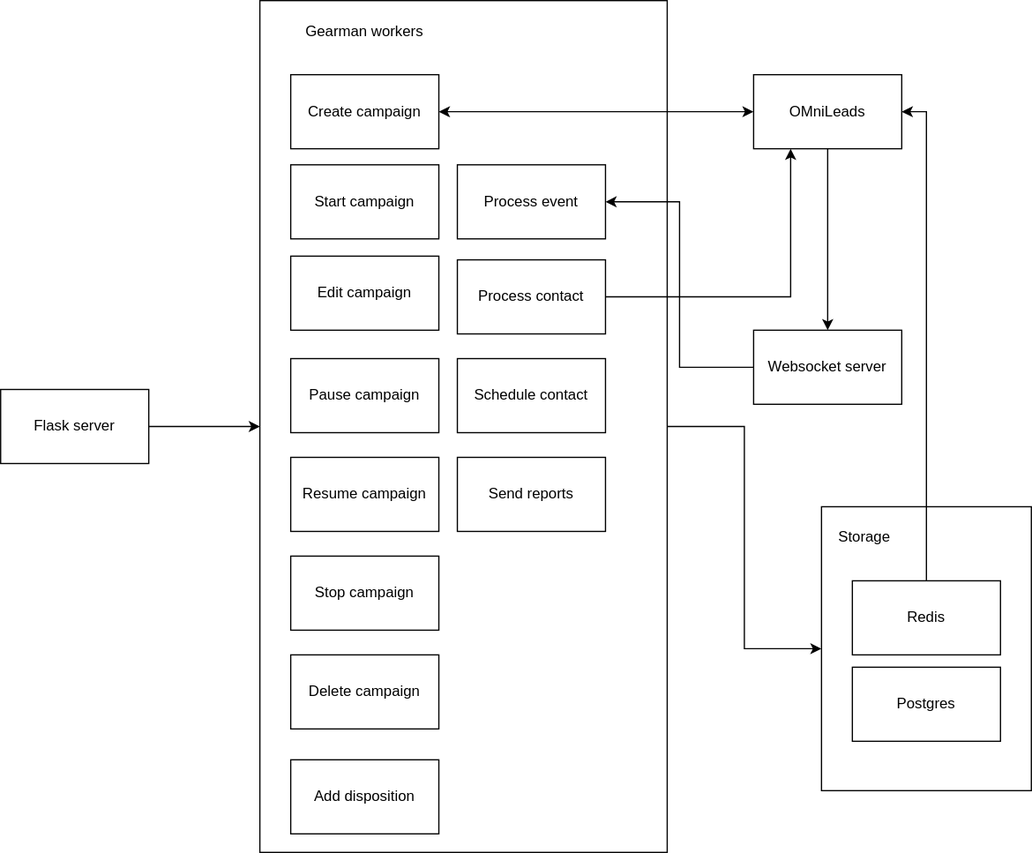
Above: images/omnidialer-arquitecture.svg in Freetech-Solutions/omlnginx (draw.io), before the change. Source tidied: cells renumbered, new cells last; positions are measured from the earlier drawing's top-left corner, leaving out a move shared by most shapes. The source it was exported from:
```xml
<mxGraphModel>
  <root>
    <mxCell id="0" />
    <mxCell id="1" parent="0" />
    <mxCell id="2" style="rounded=0;whiteSpace=wrap;html=1;" parent="1" vertex="1">
      <mxGeometry x="665" y="410" width="170" height="230" as="geometry" />
    </mxCell>
    <mxCell id="3" style="edgeStyle=orthogonalEdgeStyle;rounded=0;jettySize=auto;html=1;entryX=0;entryY=0.5;entryDx=0;entryDy=0;" parent="1" edge="1" source="4" target="2">
      <mxGeometry relative="1" as="geometry" />
    </mxCell>
    <mxCell id="4" style="rounded=0;whiteSpace=wrap;html=1;" parent="1" vertex="1">
      <mxGeometry x="210" width="330" height="690" as="geometry" />
    </mxCell>
    <mxCell id="5" style="edgeStyle=orthogonalEdgeStyle;rounded=0;jettySize=auto;html=1;entryX=0;entryY=0.5;entryDx=0;entryDy=0;" parent="1" edge="1" source="6" target="4">
      <mxGeometry relative="1" as="geometry" />
    </mxCell>
    <mxCell id="6" value="Flask server" style="rounded=0;whiteSpace=wrap;html=1;" parent="1" vertex="1">
      <mxGeometry y="315" width="120" height="60" as="geometry" />
    </mxCell>
    <mxCell id="7" value="Create campaign" style="rounded=0;whiteSpace=wrap;html=1;" parent="1" vertex="1">
      <mxGeometry x="235" y="60" width="120" height="60" as="geometry" />
    </mxCell>
    <mxCell id="8" value="Gearman workers" style="text;html=1;align=center;verticalAlign=middle;whiteSpace=wrap;rounded=0;" parent="1" vertex="1">
      <mxGeometry x="240" y="10" width="110" height="30" as="geometry" />
    </mxCell>
    <mxCell id="9" value="Start campaign" style="rounded=0;whiteSpace=wrap;html=1;" parent="1" vertex="1">
      <mxGeometry x="235" y="133" width="120" height="60" as="geometry" />
    </mxCell>
    <mxCell id="10" value="Edit campaign" style="rounded=0;whiteSpace=wrap;html=1;" parent="1" vertex="1">
      <mxGeometry x="235" y="207" width="120" height="60" as="geometry" />
    </mxCell>
    <mxCell id="11" value="Pause campaign" style="rounded=0;whiteSpace=wrap;html=1;" parent="1" vertex="1">
      <mxGeometry x="235" y="290" width="120" height="60" as="geometry" />
    </mxCell>
    <mxCell id="12" value="Resume campaign" style="rounded=0;whiteSpace=wrap;html=1;" parent="1" vertex="1">
      <mxGeometry x="235" y="370" width="120" height="60" as="geometry" />
    </mxCell>
    <mxCell id="13" value="Stop campaign" style="rounded=0;whiteSpace=wrap;html=1;" parent="1" vertex="1">
      <mxGeometry x="235" y="450" width="120" height="60" as="geometry" />
    </mxCell>
    <mxCell id="14" value="Delete campaign" style="rounded=0;whiteSpace=wrap;html=1;" parent="1" vertex="1">
      <mxGeometry x="235" y="530" width="120" height="60" as="geometry" />
    </mxCell>
    <mxCell id="15" value="Add disposition" style="rounded=0;whiteSpace=wrap;html=1;" parent="1" vertex="1">
      <mxGeometry x="235" y="615" width="120" height="60" as="geometry" />
    </mxCell>
    <mxCell id="16" style="edgeStyle=orthogonalEdgeStyle;rounded=0;jettySize=auto;html=1;entryX=1;entryY=0.5;entryDx=0;entryDy=0;" parent="1" edge="1" source="17" target="24">
      <mxGeometry relative="1" as="geometry" />
    </mxCell>
    <mxCell id="17" value="Websocket server" style="rounded=0;whiteSpace=wrap;html=1;" parent="1" vertex="1">
      <mxGeometry x="610" y="267" width="120" height="60" as="geometry" />
    </mxCell>
    <mxCell id="18" style="edgeStyle=orthogonalEdgeStyle;rounded=0;jettySize=auto;html=1;" parent="1" edge="1" source="19" target="17">
      <mxGeometry relative="1" as="geometry" />
    </mxCell>
    <mxCell id="19" value="OMniLeads" style="rounded=0;whiteSpace=wrap;html=1;" parent="1" vertex="1">
      <mxGeometry x="610" y="60" width="120" height="60" as="geometry" />
    </mxCell>
    <mxCell id="20" style="endArrow=classic;startArrow=classic;html=1;rounded=0;exitX=1;exitY=0.5;exitDx=0;exitDy=0;" parent="1" edge="1" source="7" target="19">
      <mxGeometry relative="1" as="geometry" />
    </mxCell>
    <mxCell id="21" value="Postgres" style="rounded=0;whiteSpace=wrap;html=1;" parent="1" vertex="1">
      <mxGeometry x="690" y="540" width="120" height="60" as="geometry" />
    </mxCell>
    <mxCell id="22" style="edgeStyle=orthogonalEdgeStyle;rounded=0;jettySize=auto;html=1;entryX=1;entryY=0.5;entryDx=0;entryDy=0;" parent="1" edge="1" source="23" target="19">
      <mxGeometry relative="1" as="geometry" />
    </mxCell>
    <mxCell id="23" value="Redis" style="rounded=0;whiteSpace=wrap;html=1;" parent="1" vertex="1">
      <mxGeometry x="690" y="470" width="120" height="60" as="geometry" />
    </mxCell>
    <mxCell id="24" value="Process event" style="rounded=0;whiteSpace=wrap;html=1;" parent="1" vertex="1">
      <mxGeometry x="370" y="133" width="120" height="60" as="geometry" />
    </mxCell>
    <mxCell id="25" style="edgeStyle=orthogonalEdgeStyle;rounded=0;jettySize=auto;html=1;entryX=0.25;entryY=1;entryDx=0;entryDy=0;" parent="1" edge="1" source="26" target="19">
      <mxGeometry relative="1" as="geometry" />
    </mxCell>
    <mxCell id="26" value="Process contact" style="rounded=0;whiteSpace=wrap;html=1;" parent="1" vertex="1">
      <mxGeometry x="370" y="210" width="120" height="60" as="geometry" />
    </mxCell>
    <mxCell id="27" value="Schedule contact" style="rounded=0;whiteSpace=wrap;html=1;" parent="1" vertex="1">
      <mxGeometry x="370" y="290" width="120" height="60" as="geometry" />
    </mxCell>
    <mxCell id="28" value="Send reports" style="rounded=0;whiteSpace=wrap;html=1;" parent="1" vertex="1">
      <mxGeometry x="370" y="370" width="120" height="60" as="geometry" />
    </mxCell>
    <mxCell id="29" value="Storage" style="text;html=1;align=center;verticalAlign=middle;whiteSpace=wrap;rounded=0;" parent="1" vertex="1">
      <mxGeometry x="670" y="420" width="60" height="30" as="geometry" />
    </mxCell>
  </root>
</mxGraphModel>
```
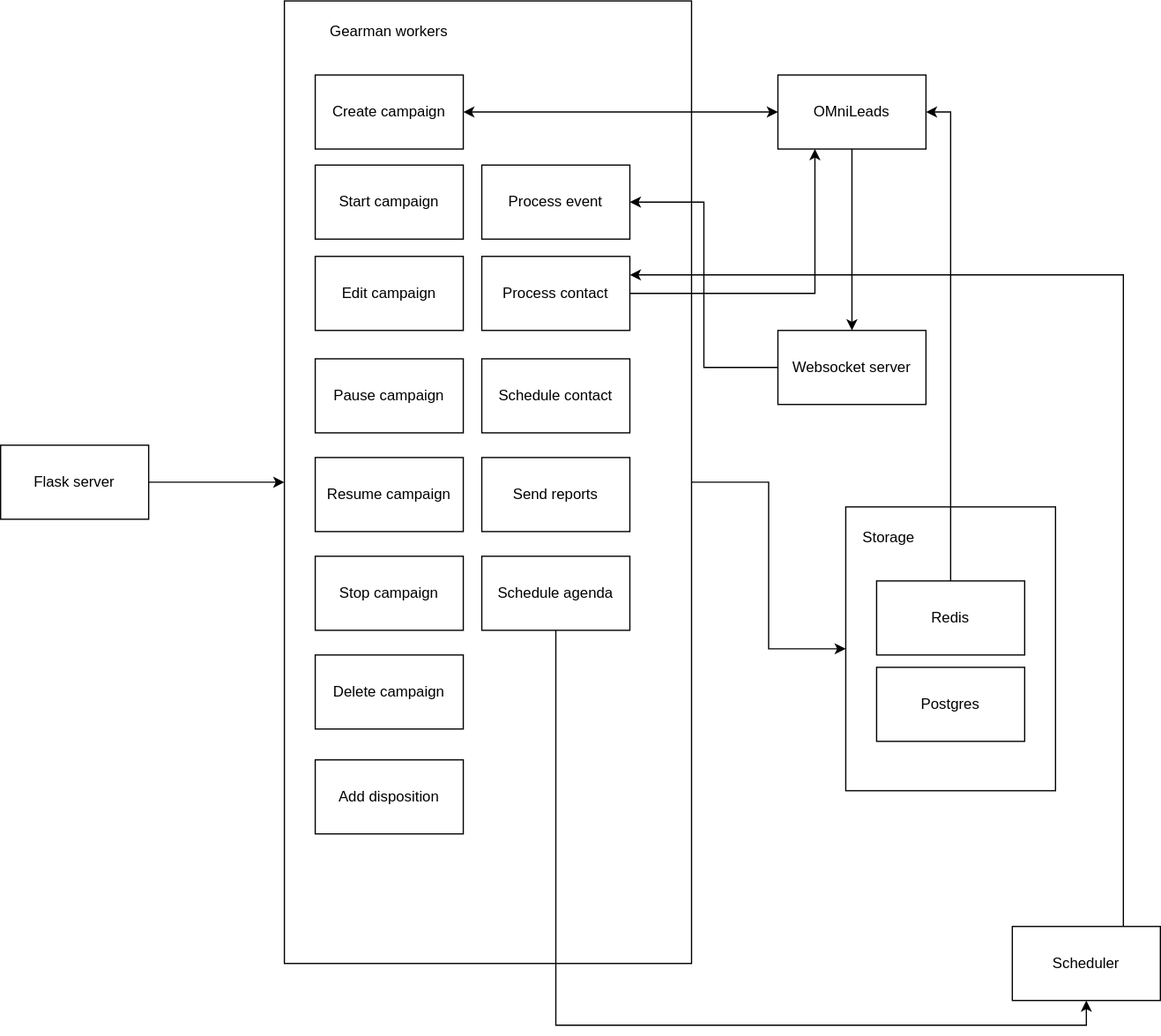
Later version of the same file.

What changed in the source:
```diff
@@ -9,13 +9,13 @@
       <mxGeometry relative="1" as="geometry" />
     </mxCell>
     <mxCell id="4" style="rounded=0;whiteSpace=wrap;html=1;" parent="1" vertex="1">
-      <mxGeometry x="210" width="330" height="690" as="geometry" />
+      <mxGeometry x="210" width="330" height="780" as="geometry" />
     </mxCell>
     <mxCell id="5" style="edgeStyle=orthogonalEdgeStyle;rounded=0;jettySize=auto;html=1;entryX=0;entryY=0.5;entryDx=0;entryDy=0;" parent="1" edge="1" source="6" target="4">
       <mxGeometry relative="1" as="geometry" />
     </mxCell>
     <mxCell id="6" value="Flask server" style="rounded=0;whiteSpace=wrap;html=1;" parent="1" vertex="1">
-      <mxGeometry y="315" width="120" height="60" as="geometry" />
+      <mxGeometry x="-20" y="360" width="120" height="60" as="geometry" />
     </mxCell>
     <mxCell id="7" value="Create campaign" style="rounded=0;whiteSpace=wrap;html=1;" parent="1" vertex="1">
       <mxGeometry x="235" y="60" width="120" height="60" as="geometry" />
@@ -75,7 +75,7 @@
       <mxGeometry relative="1" as="geometry" />
     </mxCell>
     <mxCell id="26" value="Process contact" style="rounded=0;whiteSpace=wrap;html=1;" parent="1" vertex="1">
-      <mxGeometry x="370" y="210" width="120" height="60" as="geometry" />
+      <mxGeometry x="370" y="207" width="120" height="60" as="geometry" />
     </mxCell>
     <mxCell id="27" value="Schedule contact" style="rounded=0;whiteSpace=wrap;html=1;" parent="1" vertex="1">
       <mxGeometry x="370" y="290" width="120" height="60" as="geometry" />
@@ -86,5 +86,17 @@
     <mxCell id="29" value="Storage" style="text;html=1;align=center;verticalAlign=middle;whiteSpace=wrap;rounded=0;" parent="1" vertex="1">
       <mxGeometry x="670" y="420" width="60" height="30" as="geometry" />
     </mxCell>
+    <mxCell id="30" style="edgeStyle=orthogonalEdgeStyle;rounded=0;jettySize=auto;html=1;exitX=0.5;exitY=1;exitDx=0;exitDy=0;entryX=0.5;entryY=1;entryDx=0;entryDy=0;" parent="1" edge="1" source="31" target="33">
+      <mxGeometry relative="1" as="geometry" />
+    </mxCell>
+    <mxCell id="31" value="Schedule agenda" style="rounded=0;whiteSpace=wrap;html=1;" parent="1" vertex="1">
+      <mxGeometry x="370" y="450" width="120" height="60" as="geometry" />
+    </mxCell>
+    <mxCell id="32" style="edgeStyle=orthogonalEdgeStyle;rounded=0;jettySize=auto;html=1;exitX=0.75;exitY=0;exitDx=0;exitDy=0;entryX=1;entryY=0.25;entryDx=0;entryDy=0;" parent="1" edge="1" source="33" target="26">
+      <mxGeometry relative="1" as="geometry" />
+    </mxCell>
+    <mxCell id="33" value="Scheduler" style="rounded=0;whiteSpace=wrap;html=1;" parent="1" vertex="1">
+      <mxGeometry x="800" y="750" width="120" height="60" as="geometry" />
+    </mxCell>
   </root>
 </mxGraphModel>
```
